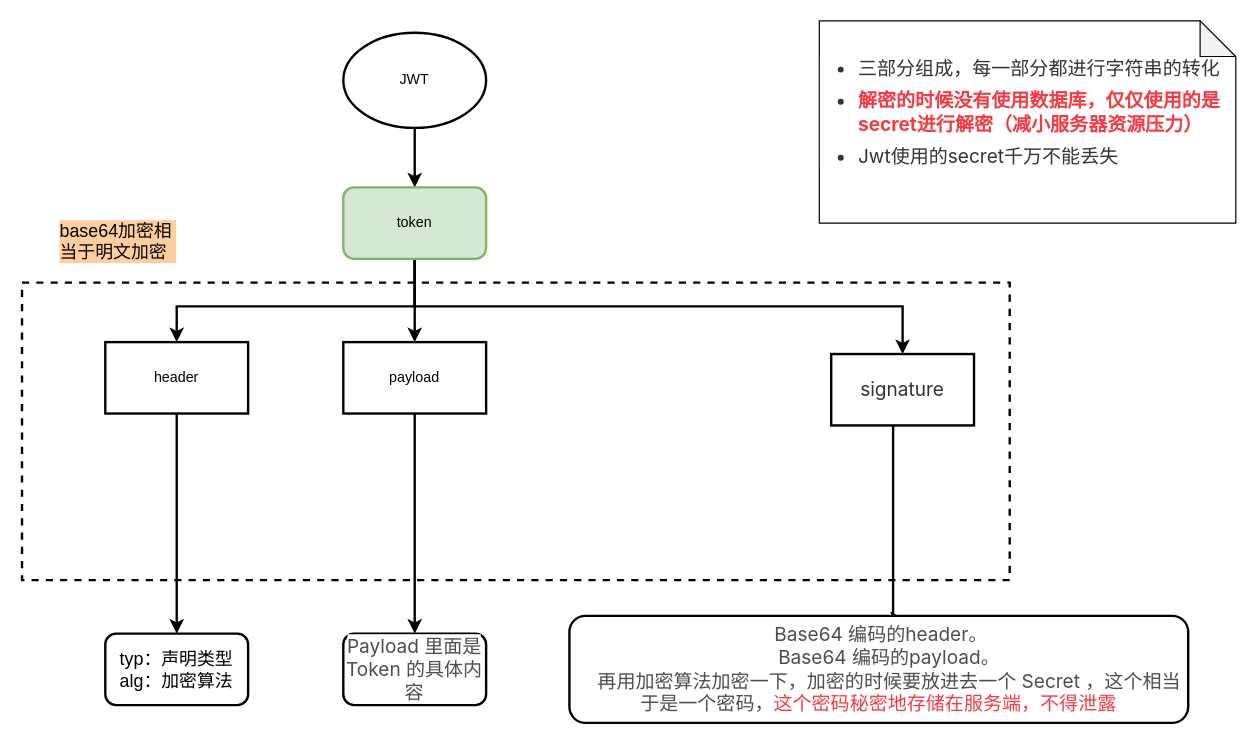
The draw.io diagram study_workplace/CRM/jwt解析.drawio in guoxinchen2g/HelloWrold, before the edit. Source tidied: cells renumbered, new cells numbered last; positions are measured from the earlier drawing's top-left corner, leaving out a move shared by most shapes. Both pictures are drawn from the tidied source at 119%, with x=0, y=0 at pixel (21, 20).
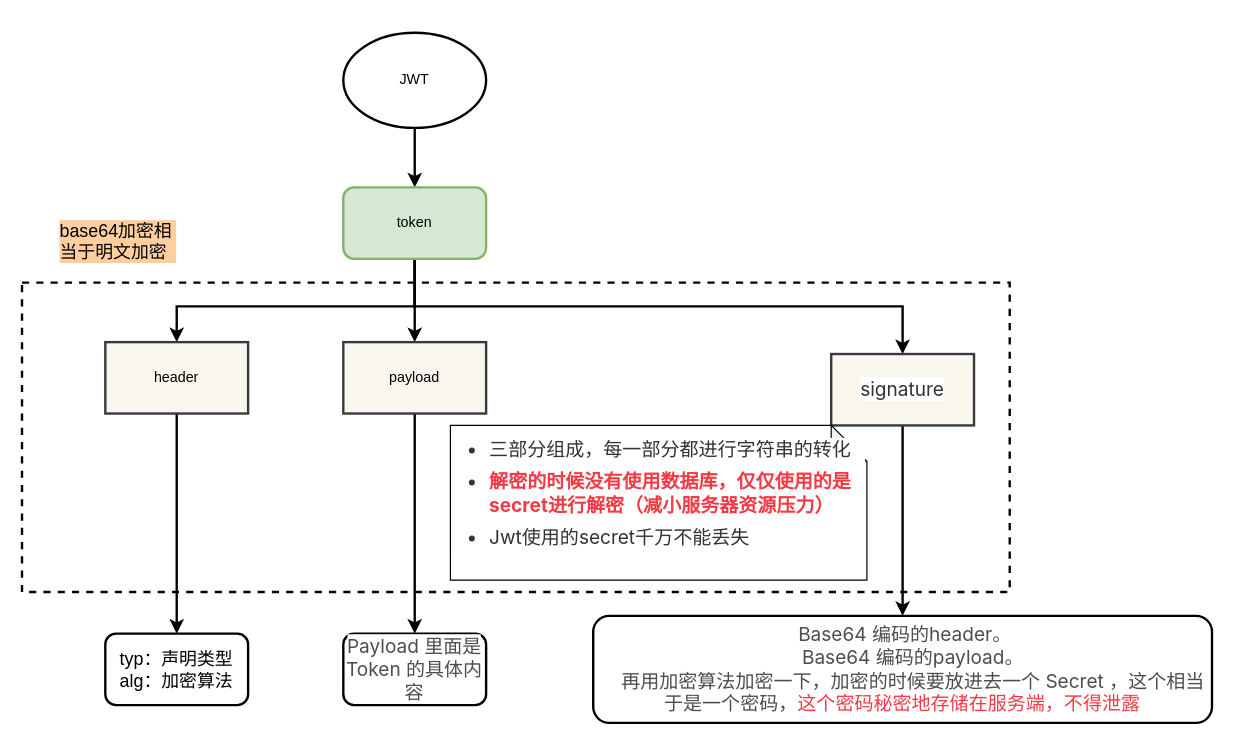
The same diagram, later.

The edit, as a diff of the source:
```diff
@@
     <mxCell id="2" style="rounded=0;whiteSpace=wrap;html=1;strokeWidth=2;dashed=1;fillColor=none;" parent="1" vertex="1">
-      <mxGeometry y="220" width="830" height="250" as="geometry" />
+      <mxGeometry y="220" width="830" height="260" as="geometry" />
     </mxCell>
@@
-    <mxCell id="10" value="header" style="rounded=0;whiteSpace=wrap;html=1;strokeWidth=2;" parent="1" vertex="1">
+    <mxCell id="10" value="header" style="rounded=0;whiteSpace=wrap;html=1;strokeWidth=2;fillColor=#f9f7ed;strokeColor=#36393d;" parent="1" vertex="1">
       <mxGeometry x="70" y="270" width="120" height="60" as="geometry" />
     </mxCell>
@@
-    <mxCell id="12" value="payload" style="rounded=0;whiteSpace=wrap;html=1;strokeWidth=2;" parent="1" vertex="1">
+    <mxCell id="12" value="payload" style="rounded=0;whiteSpace=wrap;html=1;strokeWidth=2;fillColor=#f9f7ed;strokeColor=#36393d;" parent="1" vertex="1">
       <mxGeometry x="270" y="270" width="120" height="60" as="geometry" />
     </mxCell>
-    <mxCell id="13" style="edgeStyle=orthogonalEdgeStyle;rounded=0;jettySize=auto;html=1;entryX=0.542;entryY=0.03;entryDx=0;entryDy=0;entryPerimeter=0;fontSize=15;strokeWidth=2;" parent="1" edge="1" source="14" target="18">
-      <mxGeometry relative="1" as="geometry">
-        <Array as="points">
-          <mxPoint x="732" y="360" />
-          <mxPoint x="732" y="360" />
-        </Array>
-      </mxGeometry>
+    <mxCell id="13" style="edgeStyle=orthogonalEdgeStyle;rounded=0;sketch=0;jettySize=auto;html=1;fontSize=14;strokeWidth=2;" parent="1" edge="1" source="14" target="18">
+      <mxGeometry relative="1" as="geometry" />
     </mxCell>
-    <mxCell id="14" value="&lt;span style=&quot;color: rgb(51, 51, 51); font-family: -apple-system, &amp;quot;SF UI Text&amp;quot;, Arial, &amp;quot;PingFang SC&amp;quot;, &amp;quot;Hiragino Sans GB&amp;quot;, &amp;quot;Microsoft YaHei&amp;quot;, &amp;quot;WenQuanYi Micro Hei&amp;quot;, sans-serif, SimHei, SimSun; font-size: 16px; text-align: left; background-color: rgb(255, 255, 255);&quot;&gt;signature&lt;/span&gt;" style="rounded=0;whiteSpace=wrap;html=1;strokeWidth=2;" parent="1" vertex="1">
+    <mxCell id="14" value="&lt;span style=&quot;color: rgb(51, 51, 51); font-family: -apple-system, &amp;quot;SF UI Text&amp;quot;, Arial, &amp;quot;PingFang SC&amp;quot;, &amp;quot;Hiragino Sans GB&amp;quot;, &amp;quot;Microsoft YaHei&amp;quot;, &amp;quot;WenQuanYi Micro Hei&amp;quot;, sans-serif, SimHei, SimSun; font-size: 16px; text-align: left; background-color: rgb(255, 255, 255);&quot;&gt;signature&lt;/span&gt;" style="rounded=0;whiteSpace=wrap;html=1;strokeWidth=2;fillColor=#f9f7ed;strokeColor=#36393d;" parent="1" vertex="1">
       <mxGeometry x="680" y="280" width="120" height="60" as="geometry" />
     </mxCell>
@@
     <mxCell id="18" value="&lt;span style=&quot;color: rgb(77, 77, 77); font-family: -apple-system, &amp;quot;SF UI Text&amp;quot;, Arial, &amp;quot;PingFang SC&amp;quot;, &amp;quot;Hiragino Sans GB&amp;quot;, &amp;quot;Microsoft YaHei&amp;quot;, &amp;quot;WenQuanYi Micro Hei&amp;quot;, sans-serif, SimHei, SimSun; font-size: 16px; text-align: start; background-color: rgb(255, 255, 255);&quot;&gt;&amp;nbsp;Base64 编码的header。&lt;/span&gt;&lt;br style=&quot;box-sizing: border-box; outline: 0px; overflow-wrap: break-word; color: rgb(77, 77, 77); font-family: -apple-system, &amp;quot;SF UI Text&amp;quot;, Arial, &amp;quot;PingFang SC&amp;quot;, &amp;quot;Hiragino Sans GB&amp;quot;, &amp;quot;Microsoft YaHei&amp;quot;, &amp;quot;WenQuanYi Micro Hei&amp;quot;, sans-serif, SimHei, SimSun; font-size: 16px; text-align: start; background-color: rgb(255, 255, 255);&quot;&gt;&lt;span style=&quot;color: rgb(77, 77, 77); font-family: -apple-system, &amp;quot;SF UI Text&amp;quot;, Arial, &amp;quot;PingFang SC&amp;quot;, &amp;quot;Hiragino Sans GB&amp;quot;, &amp;quot;Microsoft YaHei&amp;quot;, &amp;quot;WenQuanYi Micro Hei&amp;quot;, sans-serif, SimHei, SimSun; font-size: 16px; text-align: start; background-color: rgb(255, 255, 255);&quot;&gt;&amp;nbsp; &amp;nbsp; Base64 编码的payload。&lt;/span&gt;&lt;br style=&quot;box-sizing: border-box; outline: 0px; overflow-wrap: break-word; color: rgb(77, 77, 77); font-family: -apple-system, &amp;quot;SF UI Text&amp;quot;, Arial, &amp;quot;PingFang SC&amp;quot;, &amp;quot;Hiragino Sans GB&amp;quot;, &amp;quot;Microsoft YaHei&amp;quot;, &amp;quot;WenQuanYi Micro Hei&amp;quot;, sans-serif, SimHei, SimSun; font-size: 16px; text-align: start; background-color: rgb(255, 255, 255);&quot;&gt;&lt;span style=&quot;color: rgb(77, 77, 77); font-family: -apple-system, &amp;quot;SF UI Text&amp;quot;, Arial, &amp;quot;PingFang SC&amp;quot;, &amp;quot;Hiragino Sans GB&amp;quot;, &amp;quot;Microsoft YaHei&amp;quot;, &amp;quot;WenQuanYi Micro Hei&amp;quot;, sans-serif, SimHei, SimSun; font-size: 16px; text-align: start; background-color: rgb(255, 255, 255);&quot;&gt;&amp;nbsp; &amp;nbsp; 再用加密算法加密一下，加密的时候要放进去一个 Secret ，这个相当于是一个密码，&lt;/span&gt;&lt;span style=&quot;box-sizing: border-box; outline: 0px; margin: 0px; padding: 0px; overflow-wrap: break-word; font-family: -apple-system, &amp;quot;SF UI Text&amp;quot;, Arial, &amp;quot;PingFang SC&amp;quot;, &amp;quot;Hiragino Sans GB&amp;quot;, &amp;quot;Microsoft YaHei&amp;quot;, &amp;quot;WenQuanYi Micro Hei&amp;quot;, sans-serif, SimHei, SimSun; font-size: 16px; text-align: start; background-color: rgb(255, 255, 255); color: rgb(243, 59, 69);&quot;&gt;这个密码秘密地存储在服务端，不得泄露&lt;/span&gt;" style="rounded=1;whiteSpace=wrap;html=1;labelBackgroundColor=none;fontSize=15;strokeWidth=2;" parent="1" vertex="1">
-      <mxGeometry x="460" y="500" width="520" height="90" as="geometry" />
+      <mxGeometry x="480" y="500" width="520" height="90" as="geometry" />
     </mxCell>
     <mxCell id="19" value="&lt;ul style=&quot;box-sizing: border-box; outline: 0px; margin: 0px 0px 24px; padding: 0px; list-style: none; font-size: 16px; overflow-wrap: break-word; color: rgb(51, 51, 51); font-family: -apple-system, &amp;quot;SF UI Text&amp;quot;, Arial, &amp;quot;PingFang SC&amp;quot;, &amp;quot;Hiragino Sans GB&amp;quot;, &amp;quot;Microsoft YaHei&amp;quot;, &amp;quot;WenQuanYi Micro Hei&amp;quot;, sans-serif, SimHei, SimSun; text-align: start; background-color: rgb(255, 255, 255);&quot;&gt;&lt;li style=&quot;box-sizing: border-box; outline: 0px; margin: 8px 0px 0px 32px; padding: 0px; list-style: disc; overflow-wrap: break-word;&quot;&gt;三部分组成，每一部分都进行字符串的转化&lt;/li&gt;&lt;li style=&quot;box-sizing: border-box; outline: 0px; margin: 8px 0px 0px 32px; padding: 0px; list-style: disc; overflow-wrap: break-word;&quot;&gt;&lt;span style=&quot;box-sizing: border-box; outline: 0px; font-weight: 700; overflow-wrap: break-word;&quot;&gt;&lt;span style=&quot;box-sizing: border-box; outline: 0px; margin: 0px; padding: 0px; overflow-wrap: break-word; color: rgb(243, 59, 69);&quot;&gt;解密的时候没有使用数据库，仅仅使用的是secret进行解密（减小服务器资源压力）&lt;/span&gt;&lt;/span&gt;&lt;/li&gt;&lt;li style=&quot;box-sizing: border-box; outline: 0px; margin: 8px 0px 0px 32px; padding: 0px; list-style: disc; overflow-wrap: break-word;&quot;&gt;Jwt使用的secret千万不能丢失&lt;/li&gt;&lt;/ul&gt;" style="shape=note;whiteSpace=wrap;html=1;backgroundOutline=1;darkOpacity=0.05;labelBackgroundColor=none;fontSize=15;" parent="1" vertex="1">
-      <mxGeometry x="670" width="350" height="170" as="geometry" />
+      <mxGeometry x="360" y="340" width="350" height="130" as="geometry" />
     </mxCell>
```
